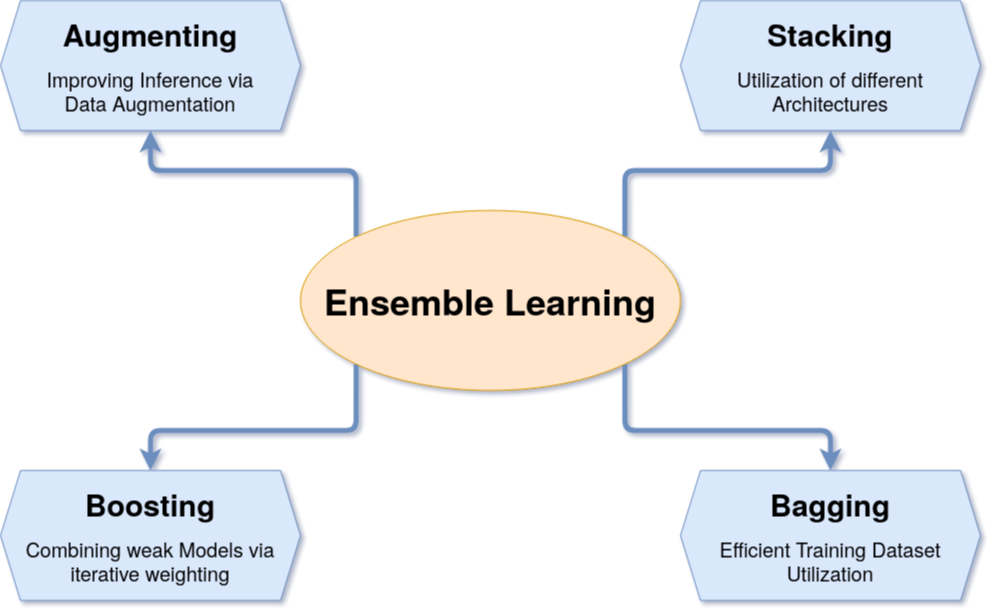
frankkramer-lab/ensmic keeps this draw.io diagram as docs/schema.png. Above is the earlier version. Source tidied: cells renumbered, new cells last; positions are measured from the earlier drawing's top-left corner, leaving out a move shared by most shapes. The source it was exported from:
```xml
<mxGraphModel>
  <root>
    <mxCell id="0" />
    <mxCell id="1" parent="0" />
    <mxCell id="2" style="edgeStyle=orthogonalEdgeStyle;rounded=1;jettySize=auto;html=1;entryX=0.5;entryY=1;entryDx=0;entryDy=0;exitX=1;exitY=0;exitDx=0;exitDy=0;strokeWidth=5;fillColor=#dae8fc;strokeColor=#6c8ebf;" parent="1" edge="1" source="6" target="8">
      <mxGeometry relative="1" as="geometry" />
    </mxCell>
    <mxCell id="3" style="edgeStyle=orthogonalEdgeStyle;rounded=1;jettySize=auto;html=1;entryX=0.5;entryY=0;entryDx=0;entryDy=0;exitX=1;exitY=1;exitDx=0;exitDy=0;strokeWidth=5;fillColor=#dae8fc;strokeColor=#6c8ebf;" parent="1" edge="1" source="6" target="7">
      <mxGeometry relative="1" as="geometry" />
    </mxCell>
    <mxCell id="4" style="edgeStyle=orthogonalEdgeStyle;jettySize=auto;html=1;entryX=0.5;entryY=1;entryDx=0;entryDy=0;exitX=0;exitY=0;exitDx=0;exitDy=0;rounded=1;fillColor=#dae8fc;strokeColor=#6c8ebf;strokeWidth=5;" parent="1" edge="1" source="6" target="9">
      <mxGeometry relative="1" as="geometry" />
    </mxCell>
    <mxCell id="5" style="edgeStyle=orthogonalEdgeStyle;rounded=1;jettySize=auto;html=1;entryX=0.5;entryY=0;entryDx=0;entryDy=0;exitX=0;exitY=1;exitDx=0;exitDy=0;strokeWidth=5;fillColor=#dae8fc;strokeColor=#6c8ebf;" parent="1" edge="1" source="6" target="10">
      <mxGeometry relative="1" as="geometry" />
    </mxCell>
    <mxCell id="6" value="&lt;b&gt;&lt;font style=&quot;font-size: 36px&quot;&gt;Ensemble Learning&lt;/font&gt;&lt;/b&gt;" style="ellipse;whiteSpace=wrap;html=1;fillColor=#ffe6cc;strokeColor=#d79b00;" parent="1" vertex="1">
      <mxGeometry x="300" y="210" width="380" height="180" as="geometry" />
    </mxCell>
    <mxCell id="7" value="&lt;div style=&quot;font-size: 30px&quot;&gt;&lt;b&gt;&lt;font style=&quot;font-size: 30px&quot;&gt;Bagging&lt;/font&gt;&lt;/b&gt;&lt;/div&gt;&lt;div&gt;&lt;br&gt;&lt;/div&gt;&lt;div style=&quot;font-size: 20px&quot;&gt;Efficient Training Dataset Utilization&lt;br&gt;&lt;/div&gt;" style="shape=hexagon;perimeter=hexagonPerimeter2;whiteSpace=wrap;html=1;fixedSize=1;fillColor=#dae8fc;strokeColor=#6c8ebf;" parent="1" vertex="1">
      <mxGeometry x="680" y="470" width="300" height="130" as="geometry" />
    </mxCell>
    <mxCell id="8" value="&lt;div style=&quot;font-size: 30px&quot;&gt;&lt;b&gt;&lt;font style=&quot;font-size: 30px&quot;&gt;Stacking&lt;/font&gt;&lt;/b&gt;&lt;/div&gt;&lt;div&gt;&lt;br&gt;&lt;/div&gt;&lt;div style=&quot;font-size: 20px&quot;&gt;Utilization of different Architectures&lt;br&gt;&lt;/div&gt;" style="shape=hexagon;perimeter=hexagonPerimeter2;whiteSpace=wrap;html=1;fixedSize=1;fillColor=#dae8fc;strokeColor=#6c8ebf;" parent="1" vertex="1">
      <mxGeometry x="680" width="300" height="130" as="geometry" />
    </mxCell>
    <mxCell id="9" value="&lt;div style=&quot;font-size: 30px&quot;&gt;&lt;b&gt;&lt;font style=&quot;font-size: 30px&quot;&gt;Augmenting&lt;/font&gt;&lt;/b&gt;&lt;/div&gt;&lt;div&gt;&lt;br&gt;&lt;/div&gt;&lt;div style=&quot;font-size: 20px&quot;&gt;Improving Inference via&lt;/div&gt;&lt;div style=&quot;font-size: 20px&quot;&gt;Data Augmentation&lt;br&gt;&lt;/div&gt;" style="shape=hexagon;perimeter=hexagonPerimeter2;whiteSpace=wrap;html=1;fixedSize=1;fillColor=#dae8fc;strokeColor=#6c8ebf;" parent="1" vertex="1">
      <mxGeometry width="300" height="130" as="geometry" />
    </mxCell>
    <mxCell id="10" value="&lt;div style=&quot;font-size: 30px&quot;&gt;&lt;b&gt;&lt;font style=&quot;font-size: 30px&quot;&gt;Boosting&lt;/font&gt;&lt;/b&gt;&lt;/div&gt;&lt;div&gt;&lt;br&gt;&lt;/div&gt;&lt;div style=&quot;font-size: 20px&quot;&gt;Combining weak Models via iterative weighting&lt;/div&gt;" style="shape=hexagon;perimeter=hexagonPerimeter2;whiteSpace=wrap;html=1;fixedSize=1;fillColor=#dae8fc;strokeColor=#6c8ebf;" parent="1" vertex="1">
      <mxGeometry y="470" width="300" height="130" as="geometry" />
    </mxCell>
  </root>
</mxGraphModel>
```
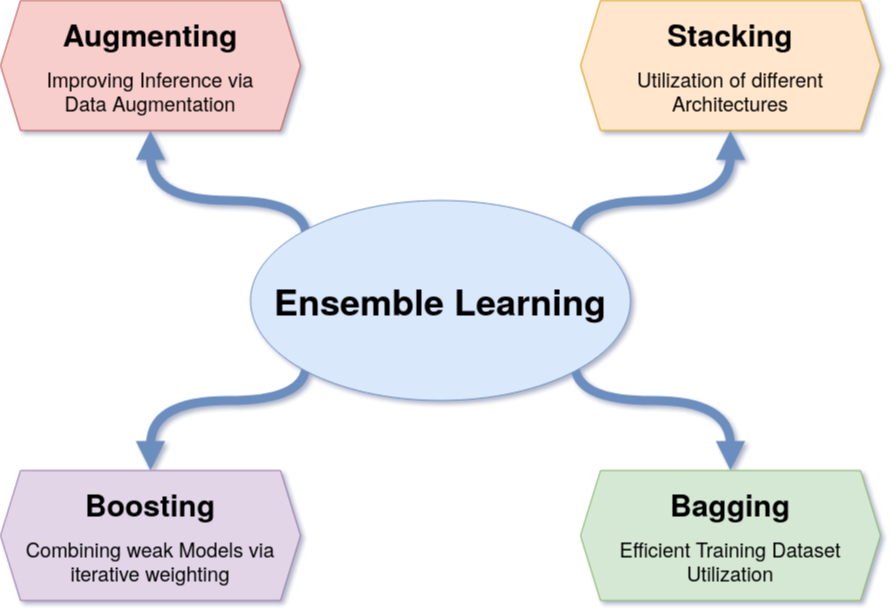
After the commit.

Change to the diagram source:
```diff
@@ -2,32 +2,56 @@
   <root>
     <mxCell id="0" />
     <mxCell id="1" parent="0" />
-    <mxCell id="2" style="edgeStyle=orthogonalEdgeStyle;rounded=1;jettySize=auto;html=1;entryX=0.5;entryY=1;entryDx=0;entryDy=0;exitX=1;exitY=0;exitDx=0;exitDy=0;strokeWidth=5;fillColor=#dae8fc;strokeColor=#6c8ebf;" parent="1" edge="1" source="6" target="8">
-      <mxGeometry relative="1" as="geometry" />
+    <mxCell id="2" style="edgeStyle=orthogonalEdgeStyle;jettySize=auto;html=1;entryX=0.5;entryY=1;entryDx=0;entryDy=0;exitX=1;exitY=0;exitDx=0;exitDy=0;strokeWidth=9;fillColor=#ffe6cc;strokeColor=#6C8EBF;endArrow=block;endFill=1;curved=1;" parent="1" edge="1" target="8">
+      <mxGeometry relative="1" as="geometry">
+        <mxPoint x="624.4" y="236.4" as="sourcePoint" />
+        <Array as="points">
+          <mxPoint x="624" y="200" />
+          <mxPoint x="780" y="200" />
+        </Array>
+      </mxGeometry>
     </mxCell>
-    <mxCell id="3" style="edgeStyle=orthogonalEdgeStyle;rounded=1;jettySize=auto;html=1;entryX=0.5;entryY=0;entryDx=0;entryDy=0;exitX=1;exitY=1;exitDx=0;exitDy=0;strokeWidth=5;fillColor=#dae8fc;strokeColor=#6c8ebf;" parent="1" edge="1" source="6" target="7">
-      <mxGeometry relative="1" as="geometry" />
+    <mxCell id="3" style="edgeStyle=orthogonalEdgeStyle;jettySize=auto;html=1;entryX=0.5;entryY=0;entryDx=0;entryDy=0;exitX=1;exitY=1;exitDx=0;exitDy=0;strokeWidth=9;fillColor=#dae8fc;strokeColor=#6c8ebf;endArrow=block;endFill=1;curved=1;" parent="1" edge="1" target="7">
+      <mxGeometry relative="1" as="geometry">
+        <mxPoint x="624.4" y="363.6" as="sourcePoint" />
+        <Array as="points">
+          <mxPoint x="624" y="400" />
+          <mxPoint x="780" y="400" />
+        </Array>
+      </mxGeometry>
     </mxCell>
-    <mxCell id="4" style="edgeStyle=orthogonalEdgeStyle;jettySize=auto;html=1;entryX=0.5;entryY=1;entryDx=0;entryDy=0;exitX=0;exitY=0;exitDx=0;exitDy=0;rounded=1;fillColor=#dae8fc;strokeColor=#6c8ebf;strokeWidth=5;" parent="1" edge="1" source="6" target="9">
-      <mxGeometry relative="1" as="geometry" />
+    <mxCell id="4" style="edgeStyle=orthogonalEdgeStyle;jettySize=auto;html=1;entryX=0.5;entryY=1;entryDx=0;entryDy=0;exitX=0;exitY=0;exitDx=0;exitDy=0;fillColor=#dae8fc;strokeColor=#6c8ebf;strokeWidth=9;endArrow=block;endFill=1;curved=1;" parent="1" edge="1" target="9">
+      <mxGeometry relative="1" as="geometry">
+        <mxPoint x="355.6" y="236.4" as="sourcePoint" />
+        <Array as="points">
+          <mxPoint x="356" y="200" />
+          <mxPoint x="200" y="200" />
+        </Array>
+      </mxGeometry>
     </mxCell>
-    <mxCell id="5" style="edgeStyle=orthogonalEdgeStyle;rounded=1;jettySize=auto;html=1;entryX=0.5;entryY=0;entryDx=0;entryDy=0;exitX=0;exitY=1;exitDx=0;exitDy=0;strokeWidth=5;fillColor=#dae8fc;strokeColor=#6c8ebf;" parent="1" edge="1" source="6" target="10">
-      <mxGeometry relative="1" as="geometry" />
+    <mxCell id="5" style="edgeStyle=orthogonalEdgeStyle;jettySize=auto;html=1;entryX=0.5;entryY=0;entryDx=0;entryDy=0;exitX=0;exitY=1;exitDx=0;exitDy=0;strokeWidth=9;fillColor=#dae8fc;strokeColor=#6c8ebf;endArrow=block;endFill=1;curved=1;" parent="1" edge="1" target="10">
+      <mxGeometry relative="1" as="geometry">
+        <mxPoint x="355.6" y="363.6" as="sourcePoint" />
+        <Array as="points">
+          <mxPoint x="356" y="400" />
+          <mxPoint x="200" y="400" />
+        </Array>
+      </mxGeometry>
     </mxCell>
-    <mxCell id="6" value="&lt;b&gt;&lt;font style=&quot;font-size: 36px&quot;&gt;Ensemble Learning&lt;/font&gt;&lt;/b&gt;" style="ellipse;whiteSpace=wrap;html=1;fillColor=#ffe6cc;strokeColor=#d79b00;" parent="1" vertex="1">
-      <mxGeometry x="300" y="210" width="380" height="180" as="geometry" />
-    </mxCell>
-    <mxCell id="7" value="&lt;div style=&quot;font-size: 30px&quot;&gt;&lt;b&gt;&lt;font style=&quot;font-size: 30px&quot;&gt;Bagging&lt;/font&gt;&lt;/b&gt;&lt;/div&gt;&lt;div&gt;&lt;br&gt;&lt;/div&gt;&lt;div style=&quot;font-size: 20px&quot;&gt;Efficient Training Dataset Utilization&lt;br&gt;&lt;/div&gt;" style="shape=hexagon;perimeter=hexagonPerimeter2;whiteSpace=wrap;html=1;fixedSize=1;fillColor=#dae8fc;strokeColor=#6c8ebf;" parent="1" vertex="1">
-      <mxGeometry x="680" y="470" width="300" height="130" as="geometry" />
+    <mxCell id="7" value="&lt;div style=&quot;font-size: 30px&quot;&gt;&lt;b&gt;&lt;font style=&quot;font-size: 30px&quot;&gt;Bagging&lt;/font&gt;&lt;/b&gt;&lt;/div&gt;&lt;div&gt;&lt;br&gt;&lt;/div&gt;&lt;div style=&quot;font-size: 20px&quot;&gt;Efficient Training Dataset Utilization&lt;br&gt;&lt;/div&gt;" style="shape=hexagon;perimeter=hexagonPerimeter2;whiteSpace=wrap;html=1;fixedSize=1;fillColor=#d5e8d4;strokeColor=#82b366;" parent="1" vertex="1">
+      <mxGeometry x="630" y="470" width="300" height="130" as="geometry" />
     </mxCell>
-    <mxCell id="8" value="&lt;div style=&quot;font-size: 30px&quot;&gt;&lt;b&gt;&lt;font style=&quot;font-size: 30px&quot;&gt;Stacking&lt;/font&gt;&lt;/b&gt;&lt;/div&gt;&lt;div&gt;&lt;br&gt;&lt;/div&gt;&lt;div style=&quot;font-size: 20px&quot;&gt;Utilization of different Architectures&lt;br&gt;&lt;/div&gt;" style="shape=hexagon;perimeter=hexagonPerimeter2;whiteSpace=wrap;html=1;fixedSize=1;fillColor=#dae8fc;strokeColor=#6c8ebf;" parent="1" vertex="1">
-      <mxGeometry x="680" width="300" height="130" as="geometry" />
+    <mxCell id="8" value="&lt;div style=&quot;font-size: 30px&quot;&gt;&lt;b&gt;&lt;font style=&quot;font-size: 30px&quot;&gt;Stacking&lt;/font&gt;&lt;/b&gt;&lt;/div&gt;&lt;div&gt;&lt;br&gt;&lt;/div&gt;&lt;div style=&quot;font-size: 20px&quot;&gt;Utilization of different Architectures&lt;br&gt;&lt;/div&gt;" style="shape=hexagon;perimeter=hexagonPerimeter2;whiteSpace=wrap;html=1;fixedSize=1;fillColor=#ffe6cc;strokeColor=#d79b00;" parent="1" vertex="1">
+      <mxGeometry x="630" width="300" height="130" as="geometry" />
     </mxCell>
-    <mxCell id="9" value="&lt;div style=&quot;font-size: 30px&quot;&gt;&lt;b&gt;&lt;font style=&quot;font-size: 30px&quot;&gt;Augmenting&lt;/font&gt;&lt;/b&gt;&lt;/div&gt;&lt;div&gt;&lt;br&gt;&lt;/div&gt;&lt;div style=&quot;font-size: 20px&quot;&gt;Improving Inference via&lt;/div&gt;&lt;div style=&quot;font-size: 20px&quot;&gt;Data Augmentation&lt;br&gt;&lt;/div&gt;" style="shape=hexagon;perimeter=hexagonPerimeter2;whiteSpace=wrap;html=1;fixedSize=1;fillColor=#dae8fc;strokeColor=#6c8ebf;" parent="1" vertex="1">
-      <mxGeometry width="300" height="130" as="geometry" />
+    <mxCell id="9" value="&lt;div style=&quot;font-size: 30px&quot;&gt;&lt;b&gt;&lt;font style=&quot;font-size: 30px&quot;&gt;Augmenting&lt;/font&gt;&lt;/b&gt;&lt;/div&gt;&lt;div&gt;&lt;br&gt;&lt;/div&gt;&lt;div style=&quot;font-size: 20px&quot;&gt;Improving Inference via&lt;/div&gt;&lt;div style=&quot;font-size: 20px&quot;&gt;Data Augmentation&lt;br&gt;&lt;/div&gt;" style="shape=hexagon;perimeter=hexagonPerimeter2;whiteSpace=wrap;html=1;fixedSize=1;fillColor=#f8cecc;strokeColor=#b85450;" parent="1" vertex="1">
+      <mxGeometry x="50" width="300" height="130" as="geometry" />
     </mxCell>
-    <mxCell id="10" value="&lt;div style=&quot;font-size: 30px&quot;&gt;&lt;b&gt;&lt;font style=&quot;font-size: 30px&quot;&gt;Boosting&lt;/font&gt;&lt;/b&gt;&lt;/div&gt;&lt;div&gt;&lt;br&gt;&lt;/div&gt;&lt;div style=&quot;font-size: 20px&quot;&gt;Combining weak Models via iterative weighting&lt;/div&gt;" style="shape=hexagon;perimeter=hexagonPerimeter2;whiteSpace=wrap;html=1;fixedSize=1;fillColor=#dae8fc;strokeColor=#6c8ebf;" parent="1" vertex="1">
-      <mxGeometry y="470" width="300" height="130" as="geometry" />
+    <mxCell id="10" value="&lt;div style=&quot;font-size: 30px&quot;&gt;&lt;b&gt;&lt;font style=&quot;font-size: 30px&quot;&gt;Boosting&lt;/font&gt;&lt;/b&gt;&lt;/div&gt;&lt;div&gt;&lt;br&gt;&lt;/div&gt;&lt;div style=&quot;font-size: 20px&quot;&gt;Combining weak Models via iterative weighting&lt;/div&gt;" style="shape=hexagon;perimeter=hexagonPerimeter2;whiteSpace=wrap;html=1;fixedSize=1;fillColor=#e1d5e7;strokeColor=#9673a6;" parent="1" vertex="1">
+      <mxGeometry x="50" y="470" width="300" height="130" as="geometry" />
     </mxCell>
+    <mxCell id="6" value="&lt;b&gt;&lt;font style=&quot;font-size: 36px&quot;&gt;Ensemble Learning&lt;/font&gt;&lt;/b&gt;" style="ellipse;whiteSpace=wrap;html=1;fillColor=#dae8fc;strokeColor=#6c8ebf;shadow=0;" parent="1" vertex="1">
+      <mxGeometry x="300" y="200" width="380" height="200" as="geometry" />
+    </mxCell>
   </root>
 </mxGraphModel>
```
